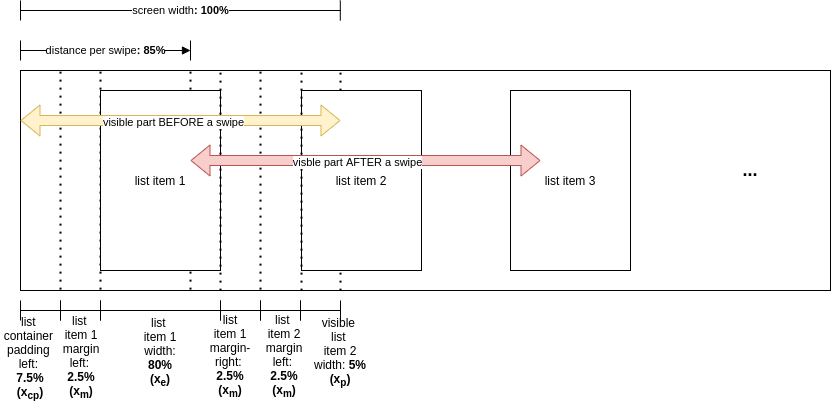
Before: list-item-layout-overview.png, a diagram exported from draw.io (stsiwo/stsDev-article-horizontal-scroll-list). Source tidied: cells renumbered, new cells last; positions are measured from the earlier drawing's top-left corner, leaving out a move shared by most shapes.
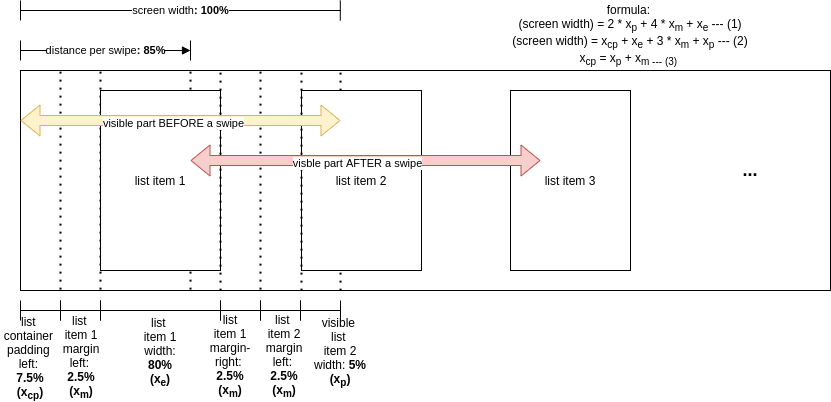
Above is the later version.

Change to the diagram source:
```diff
@@ -256,5 +256,8 @@
     <mxCell id="53" value="&lt;font style=&quot;font-size: 18px&quot;&gt;&lt;b&gt;...&lt;/b&gt;&lt;/font&gt;" style="text;html=1;strokeColor=none;fillColor=none;align=center;verticalAlign=middle;whiteSpace=wrap;rounded=0;" parent="1" vertex="1">
       <mxGeometry x="730" y="160" width="40" height="20" as="geometry" />
     </mxCell>
+    <mxCell id="54" value="formula:&amp;nbsp;&lt;br&gt;(screen width) = 2 * x&lt;sub&gt;p&lt;/sub&gt; + 4 * x&lt;sub&gt;m&lt;/sub&gt; + x&lt;sub&gt;e&lt;/sub&gt; --- (1)&lt;br&gt;(screen width) = x&lt;sub&gt;cp&lt;/sub&gt; + x&lt;sub&gt;e&lt;/sub&gt; + 3 * x&lt;sub&gt;m&lt;/sub&gt; + x&lt;sub&gt;p&lt;/sub&gt; --- (2)&lt;br&gt;x&lt;sub&gt;cp&lt;/sub&gt; = x&lt;sub&gt;p&lt;/sub&gt; + x&lt;sub&gt;m --- (3)&lt;/sub&gt;&amp;nbsp;" style="text;html=1;strokeColor=none;fillColor=none;align=center;verticalAlign=middle;whiteSpace=wrap;rounded=0;" parent="1" vertex="1">
+      <mxGeometry x="500" y="10" width="260" height="50" as="geometry" />
+    </mxCell>
   </root>
 </mxGraphModel>
```
